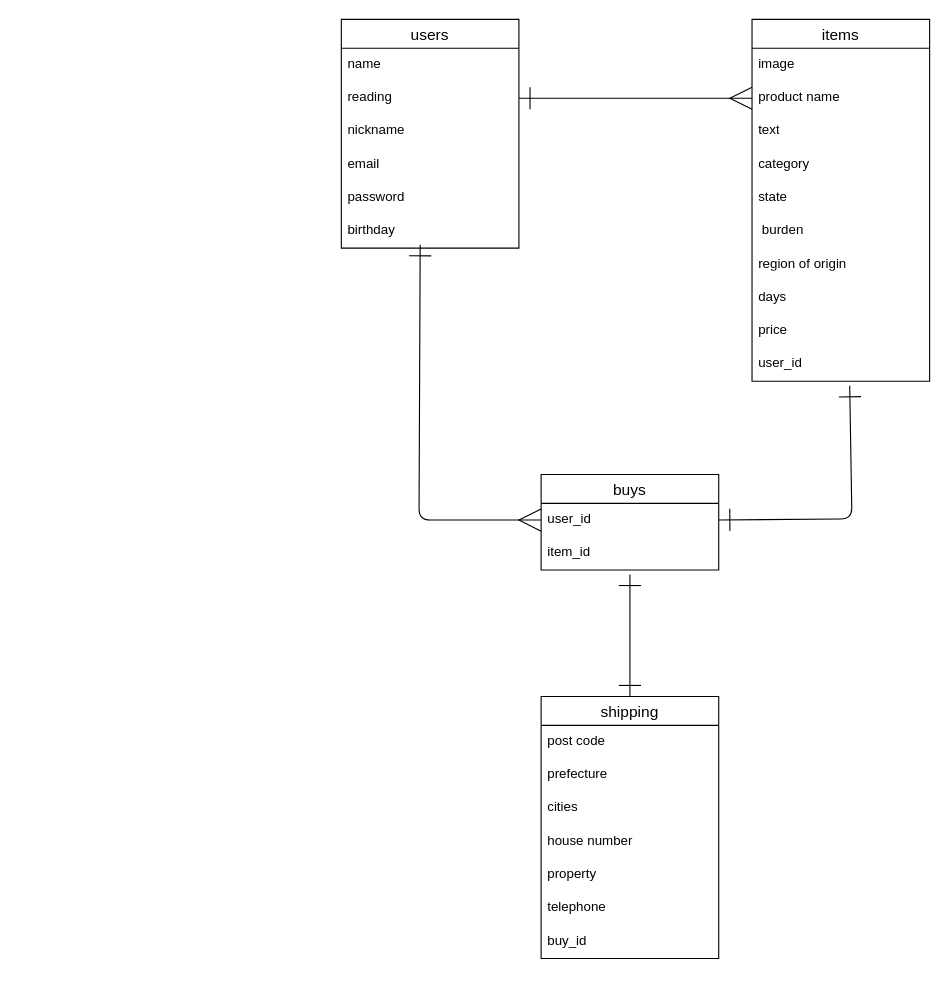
This is app/views/FURIMA.dio from kojiro-hara/furima-41024, a draw.io file, before an edit. Source tidied: cells renumbered, new cells numbered last; positions are measured from the earlier drawing's top-left corner, leaving out a move shared by most shapes. Both pictures are drawn from the tidied source at 111%, with x=0, y=0 at pixel (341, 19).
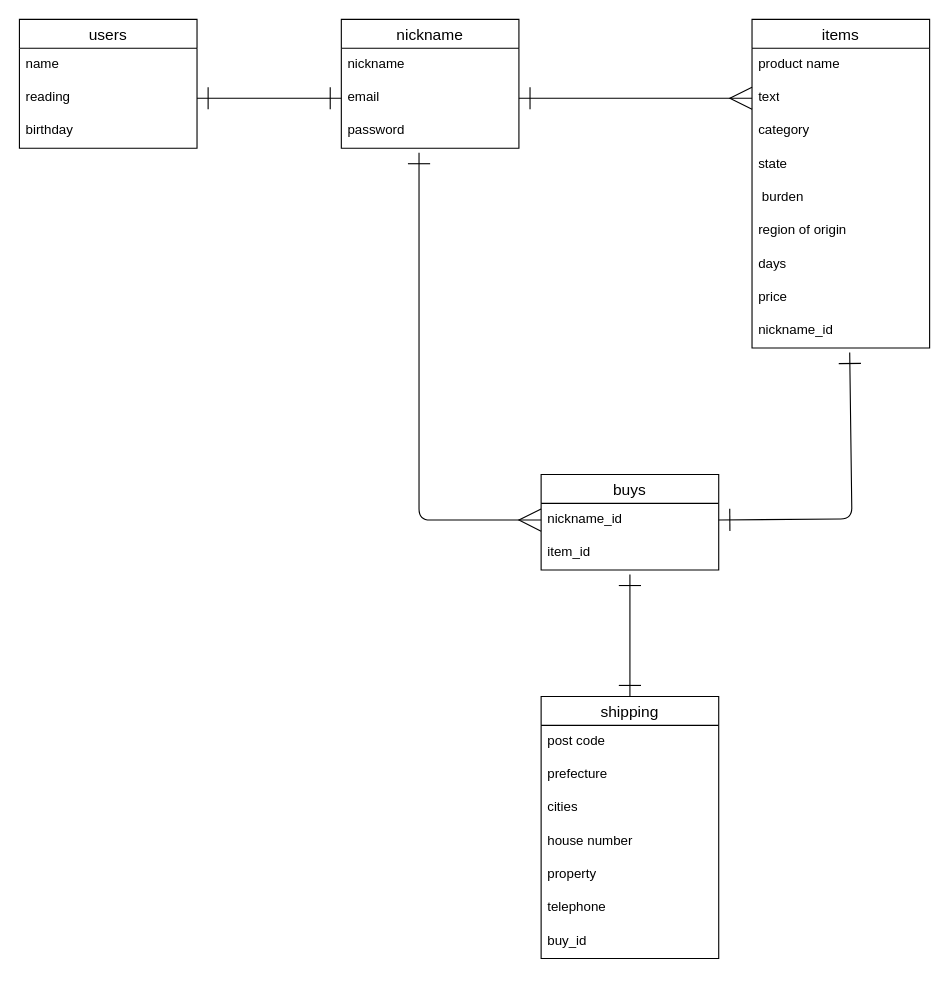
After the change.

Unchanged cells that the change refers to:
```xml
<mxCell id="20" value="buys" style="swimlane;fontStyle=0;horizontal=1;startSize=26;align=center;fontSize=14;" parent="1" vertex="1">
  <mxGeometry x="180" y="410" width="160" height="86" as="geometry" />
</mxCell>
```

Change to the diagram source:
```diff
@@
-    <mxCell id="2" value="users" style="swimlane;fontStyle=0;horizontal=1;startSize=26;align=center;fontSize=14;" parent="1" vertex="1">
-      <mxGeometry width="160" height="206" as="geometry" />
+    <mxCell id="2" value="nickname" style="swimlane;fontStyle=0;horizontal=1;startSize=26;align=center;fontSize=14;" parent="1" vertex="1">
+      <mxGeometry width="160" height="116" as="geometry" />
     </mxCell>
-    <mxCell id="3" value="name" style="text;strokeColor=none;fillColor=none;spacingLeft=4;spacingRight=4;overflow=hidden;fontSize=12;whiteSpace=wrap;html=1;" parent="2" vertex="1">
-      <mxGeometry y="26" width="160" height="30" as="geometry" />
-    </mxCell>
-    <mxCell id="4" value="reading" style="text;strokeColor=none;fillColor=none;spacingLeft=4;spacingRight=4;overflow=hidden;points=[[0,0.5],[1,0.5]];portConstraint=eastwest;fontSize=12;whiteSpace=wrap;html=1;" parent="2" vertex="1">
-      <mxGeometry y="56" width="160" height="30" as="geometry" />
-    </mxCell>
     <mxCell id="5" value="nickname&lt;div&gt;&lt;br&gt;&lt;/div&gt;&lt;div&gt;&lt;br&gt;&lt;/div&gt;&lt;div&gt;&lt;br&gt;&lt;/div&gt;" style="text;strokeColor=none;fillColor=none;spacingLeft=4;spacingRight=4;overflow=hidden;fontSize=12;whiteSpace=wrap;html=1;" parent="2" vertex="1">
-      <mxGeometry y="86" width="160" height="30" as="geometry" />
+      <mxGeometry y="26" width="160" height="30" as="geometry" />
     </mxCell>
     <mxCell id="6" value="email&lt;div&gt;&lt;br&gt;&lt;/div&gt;&lt;div&gt;&lt;br&gt;&lt;/div&gt;&lt;div&gt;&lt;br&gt;&lt;/div&gt;&lt;div&gt;&lt;br&gt;&lt;/div&gt;" style="text;strokeColor=none;fillColor=none;spacingLeft=4;spacingRight=4;overflow=hidden;points=[[0,0.5],[1,0.5]];portConstraint=eastwest;fontSize=12;whiteSpace=wrap;html=1;" parent="2" vertex="1">
-      <mxGeometry y="116" width="160" height="30" as="geometry" />
+      <mxGeometry y="56" width="160" height="30" as="geometry" />
     </mxCell>
     <mxCell id="7" value="password" style="text;strokeColor=none;fillColor=none;spacingLeft=4;spacingRight=4;overflow=hidden;fontSize=12;whiteSpace=wrap;html=1;" parent="2" vertex="1">
-      <mxGeometry y="146" width="160" height="30" as="geometry" />
+      <mxGeometry y="86" width="160" height="30" as="geometry" />
     </mxCell>
-    <mxCell id="8" value="birthday" style="text;strokeColor=none;fillColor=none;spacingLeft=4;spacingRight=4;overflow=hidden;points=[[0,0.5],[1,0.5]];portConstraint=eastwest;fontSize=12;whiteSpace=wrap;html=1;" parent="2" vertex="1">
-      <mxGeometry y="176" width="160" height="30" as="geometry" />
-    </mxCell>
     <mxCell id="9" value="items" style="swimlane;fontStyle=0;horizontal=1;startSize=26;align=center;fontSize=14;" parent="1" vertex="1">
-      <mxGeometry x="370" width="160" height="326" as="geometry" />
+      <mxGeometry x="370" width="160" height="296" as="geometry" />
     </mxCell>
-    <mxCell id="10" value="image" style="text;strokeColor=none;fillColor=none;spacingLeft=4;spacingRight=4;overflow=hidden;fontSize=12;whiteSpace=wrap;html=1;" parent="9" vertex="1">
-      <mxGeometry y="26" width="160" height="30" as="geometry" />
-    </mxCell>
     <mxCell id="11" value="product name" style="text;strokeColor=none;fillColor=none;spacingLeft=4;spacingRight=4;overflow=hidden;points=[[0,0.5],[1,0.5]];portConstraint=eastwest;fontSize=12;whiteSpace=wrap;html=1;" parent="9" vertex="1">
-      <mxGeometry y="56" width="160" height="30" as="geometry" />
+      <mxGeometry y="26" width="160" height="30" as="geometry" />
     </mxCell>
     <mxCell id="12" value="text" style="text;strokeColor=none;fillColor=none;spacingLeft=4;spacingRight=4;overflow=hidden;points=[[0,0.5],[1,0.5]];portConstraint=eastwest;fontSize=12;whiteSpace=wrap;html=1;" parent="9" vertex="1">
-      <mxGeometry y="86" width="160" height="30" as="geometry" />
+      <mxGeometry y="56" width="160" height="30" as="geometry" />
     </mxCell>
     <mxCell id="13" value="category" style="text;strokeColor=none;fillColor=none;spacingLeft=4;spacingRight=4;overflow=hidden;fontSize=12;whiteSpace=wrap;html=1;" parent="9" vertex="1">
-      <mxGeometry y="116" width="160" height="30" as="geometry" />
+      <mxGeometry y="86" width="160" height="30" as="geometry" />
     </mxCell>
     <mxCell id="14" value="state" style="text;strokeColor=none;fillColor=none;spacingLeft=4;spacingRight=4;overflow=hidden;fontSize=12;whiteSpace=wrap;html=1;" parent="9" vertex="1">
-      <mxGeometry y="146" width="160" height="30" as="geometry" />
+      <mxGeometry y="116" width="160" height="30" as="geometry" />
     </mxCell>
     <mxCell id="15" value="&amp;nbsp;burden" style="text;strokeColor=none;fillColor=none;spacingLeft=4;spacingRight=4;overflow=hidden;fontSize=12;whiteSpace=wrap;html=1;" parent="9" vertex="1">
-      <mxGeometry y="176" width="160" height="30" as="geometry" />
+      <mxGeometry y="146" width="160" height="30" as="geometry" />
     </mxCell>
     <mxCell id="16" value="region of origin" style="text;strokeColor=none;fillColor=none;spacingLeft=4;spacingRight=4;overflow=hidden;fontSize=12;whiteSpace=wrap;html=1;" parent="9" vertex="1">
-      <mxGeometry y="206" width="160" height="30" as="geometry" />
+      <mxGeometry y="176" width="160" height="30" as="geometry" />
     </mxCell>
     <mxCell id="17" value="days" style="text;strokeColor=none;fillColor=none;spacingLeft=4;spacingRight=4;overflow=hidden;fontSize=12;whiteSpace=wrap;html=1;" parent="9" vertex="1">
-      <mxGeometry y="236" width="160" height="30" as="geometry" />
+      <mxGeometry y="206" width="160" height="30" as="geometry" />
     </mxCell>
     <mxCell id="18" value="price" style="text;strokeColor=none;fillColor=none;spacingLeft=4;spacingRight=4;overflow=hidden;fontSize=12;whiteSpace=wrap;html=1;" parent="9" vertex="1">
-      <mxGeometry y="266" width="160" height="30" as="geometry" />
+      <mxGeometry y="236" width="160" height="30" as="geometry" />
     </mxCell>
-    <mxCell id="19" value="user_id&lt;div&gt;&lt;br&gt;&lt;/div&gt;" style="text;strokeColor=none;fillColor=none;spacingLeft=4;spacingRight=4;overflow=hidden;points=[[0,0.5],[1,0.5]];portConstraint=eastwest;fontSize=12;whiteSpace=wrap;html=1;" parent="9" vertex="1">
-      <mxGeometry y="296" width="160" height="30" as="geometry" />
+    <mxCell id="19" value="nickname_id&lt;div&gt;&lt;br&gt;&lt;/div&gt;" style="text;strokeColor=none;fillColor=none;spacingLeft=4;spacingRight=4;overflow=hidden;points=[[0,0.5],[1,0.5]];portConstraint=eastwest;fontSize=12;whiteSpace=wrap;html=1;" parent="9" vertex="1">
+      <mxGeometry y="266" width="160" height="30" as="geometry" />
     </mxCell>
@@
+    <mxCell id="35" style="edgeStyle=none;html=1;endArrow=ERone;endFill=0;startArrow=ERmany;startFill=0;endSize=18;startSize=18;" parent="20" edge="1" source="21">
+      <mxGeometry relative="1" as="geometry">
+        <mxPoint x="-110" y="-290" as="targetPoint" />
+        <Array as="points">
+          <mxPoint x="-110" y="41" />
+        </Array>
+      </mxGeometry>
+    </mxCell>
-    <mxCell id="21" value="user_id" style="text;strokeColor=none;fillColor=none;spacingLeft=4;spacingRight=4;overflow=hidden;points=[[0,0.5],[1,0.5]];portConstraint=eastwest;fontSize=12;whiteSpace=wrap;html=1;" parent="20" vertex="1">
+    <mxCell id="21" value="nickname_id" style="text;strokeColor=none;fillColor=none;spacingLeft=4;spacingRight=4;overflow=hidden;points=[[0,0.5],[1,0.5]];portConstraint=eastwest;fontSize=12;whiteSpace=wrap;html=1;" parent="20" vertex="1">
       <mxGeometry y="26" width="160" height="30" as="geometry" />
     </mxCell>
@@
-    <mxCell id="32" style="edgeStyle=none;html=1;exitX=1;exitY=0.5;exitDx=0;exitDy=0;entryX=0;entryY=0.5;entryDx=0;entryDy=0;endArrow=ERmany;endFill=0;endSize=18;startSize=18;startArrow=ERone;startFill=0;" parent="1" edge="1" source="4" target="11">
-      <mxGeometry relative="1" as="geometry" />
-    </mxCell>
-    <mxCell id="33" style="edgeStyle=none;html=1;exitX=0;exitY=0.5;exitDx=0;exitDy=0;entryX=0.444;entryY=0.9;entryDx=0;entryDy=0;entryPerimeter=0;endArrow=ERone;endFill=0;startArrow=ERmany;startFill=0;endSize=18;startSize=18;" parent="1" edge="1" source="21" target="8">
-      <mxGeometry relative="1" as="geometry">
-        <Array as="points">
-          <mxPoint x="70" y="451" />
-        </Array>
-      </mxGeometry>
-    </mxCell>
@@
+    <mxCell id="36" value="users" style="swimlane;fontStyle=0;horizontal=1;startSize=26;align=center;fontSize=14;" parent="1" vertex="1">
+      <mxGeometry x="-290" width="160" height="116" as="geometry" />
+    </mxCell>
+    <mxCell id="3" value="name" style="text;strokeColor=none;fillColor=none;spacingLeft=4;spacingRight=4;overflow=hidden;fontSize=12;whiteSpace=wrap;html=1;" parent="36" vertex="1">
+      <mxGeometry y="26" width="160" height="30" as="geometry" />
+    </mxCell>
+    <mxCell id="4" value="reading" style="text;strokeColor=none;fillColor=none;spacingLeft=4;spacingRight=4;overflow=hidden;points=[[0,0.5],[1,0.5]];portConstraint=eastwest;fontSize=12;whiteSpace=wrap;html=1;" parent="36" vertex="1">
+      <mxGeometry y="56" width="160" height="30" as="geometry" />
+    </mxCell>
+    <mxCell id="8" value="birthday" style="text;strokeColor=none;fillColor=none;spacingLeft=4;spacingRight=4;overflow=hidden;points=[[0,0.5],[1,0.5]];portConstraint=eastwest;fontSize=12;whiteSpace=wrap;html=1;" parent="36" vertex="1">
+      <mxGeometry y="86" width="160" height="30" as="geometry" />
+    </mxCell>
+    <mxCell id="37" style="edgeStyle=none;html=1;entryX=0;entryY=0.5;entryDx=0;entryDy=0;endArrow=ERmany;endFill=0;endSize=18;startSize=18;startArrow=ERone;startFill=0;" parent="1" edge="1" source="6" target="12">
+      <mxGeometry relative="1" as="geometry" />
+    </mxCell>
+    <mxCell id="38" style="edgeStyle=none;html=1;entryX=0;entryY=0.5;entryDx=0;entryDy=0;endSize=18;startSize=18;endArrow=ERone;endFill=0;startArrow=ERone;startFill=0;" parent="1" edge="1" source="4" target="6">
+      <mxGeometry relative="1" as="geometry" />
+    </mxCell>
```
